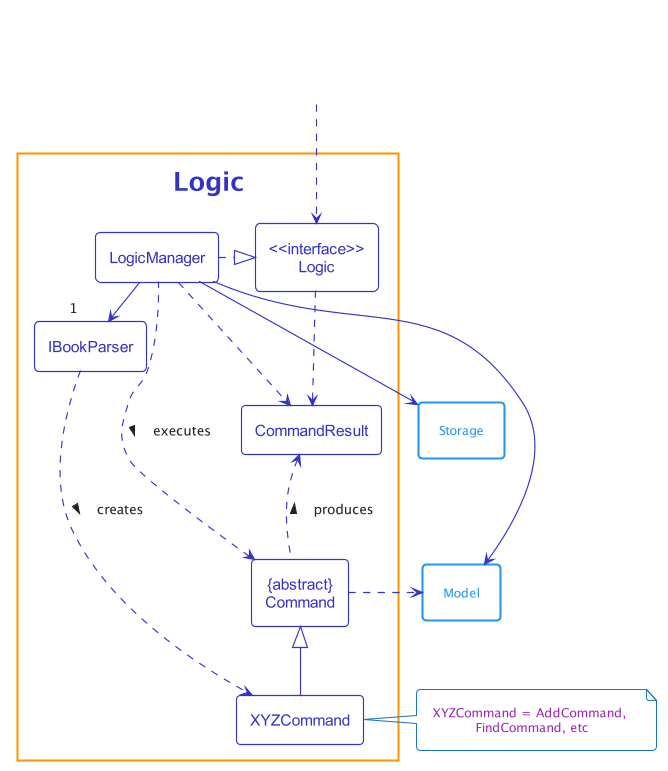
Before: docs/images/LogicClassDiagram.png, a diagram exported from PlantUML (nus-cs2103-AY2122S2/tp).
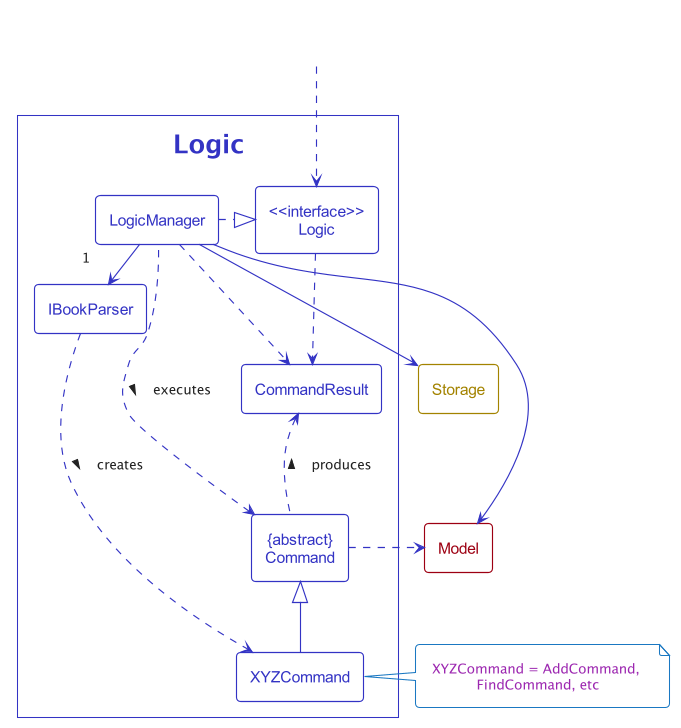
The same diagram one commit later.

What changed in the source:
```diff
@@ -1,24 +1,19 @@
 @startuml
-!include style.puml
+!include Style.puml
 
 $OverrideTheme(LOGIC_COLOR)
 
-package Logic {
-    class IBookParser
-    class XYZCommand
-    class CommandResult
-    class "{abstract}\nCommand" as Command
-
-
-    class "<<interface>>\nLogic" as Logic
-    class LogicManager
+package Logic as LogicPackage<<Logic>> {
+    class "<<interface>>\nLogic" as Logic<<Logic>>
+    class LogicManager<<Logic>>
+    class IBookParser<<Logic>>
+    class "{abstract}\nCommand" as Command<<Logic>>
+    class XYZCommand<<Logic>>
+    class CommandResult<<Logic>>
 }
 
-package Model <<Rectangle>> {
-}
-
-package Storage <<Rectangle>> {
-}
+class Model<<Model>>
+class Storage<<Storage>>
 
 class HiddenOutside<<Hidden>>
 HiddenOutside ..> Logic
```
